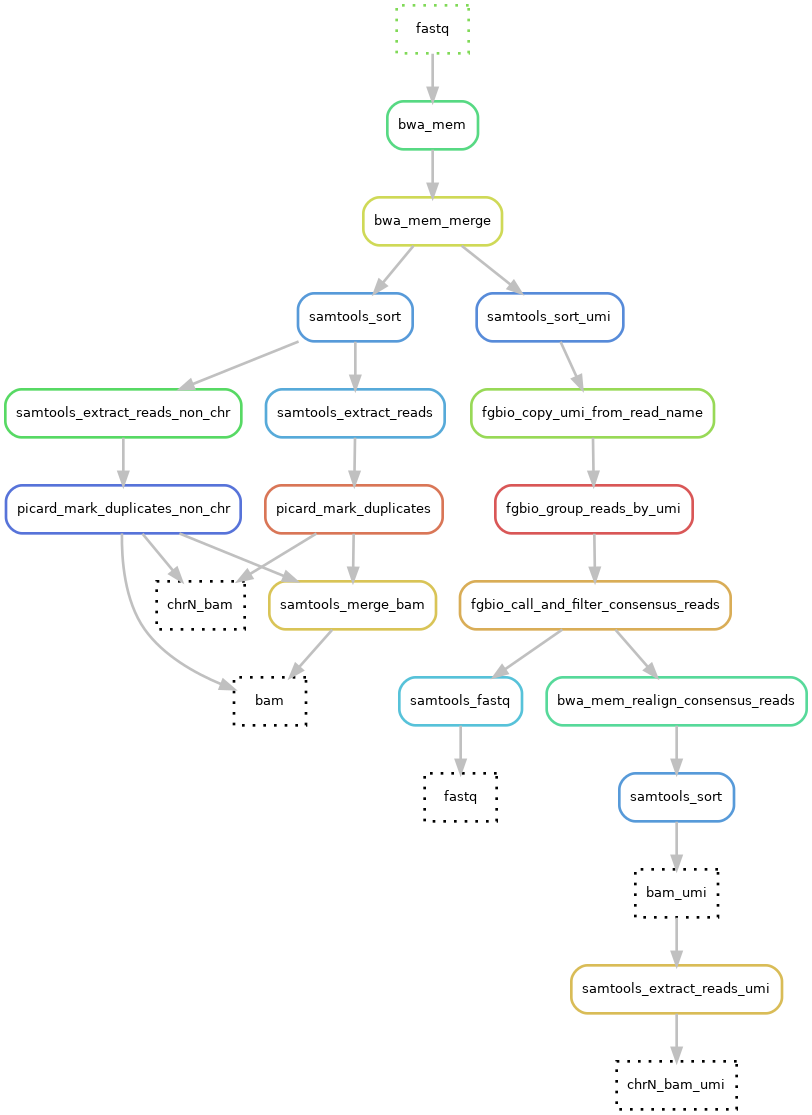
This is docs/images/alignment.dna.png from hydra-genetics/alignment, a Graphviz export, as it was before one commit. Its source is kept beside it as docs/images/alignment.dna.dot.
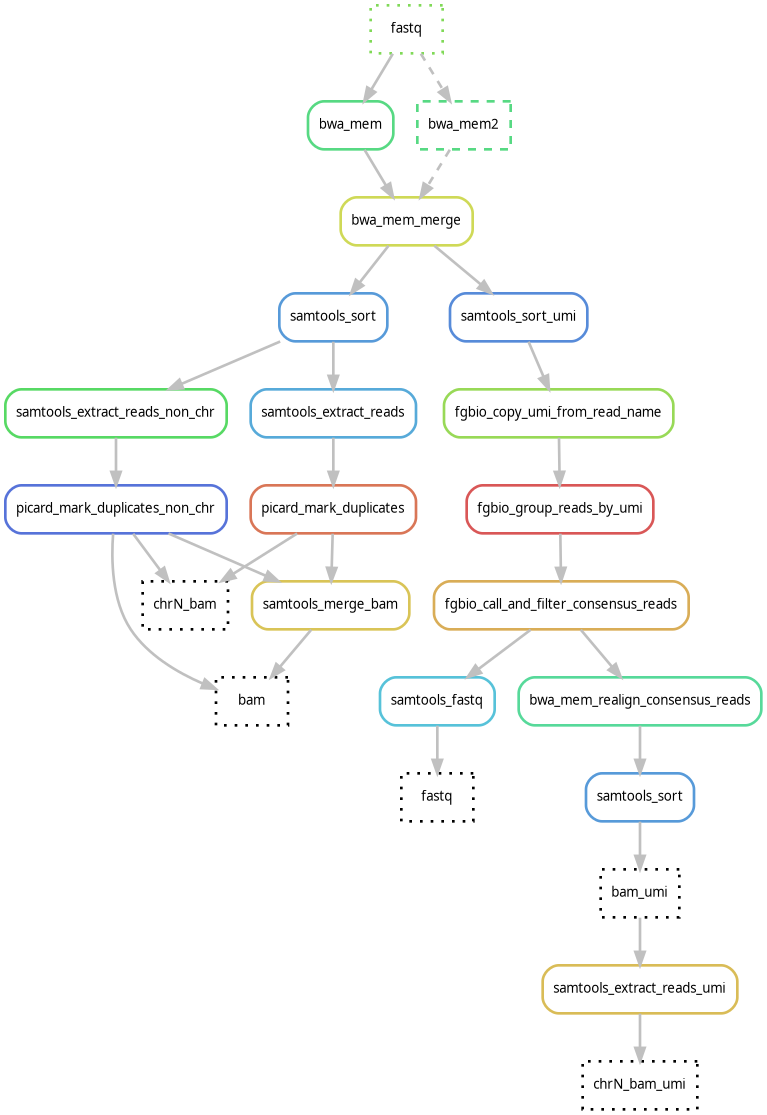
Above is the later version.

Change to the diagram source:
```diff
@@ -13,6 +13,7 @@
 	51[label = "samtools_extract_reads_umi", color = "0.13 0.6 0.85", style="rounded"];
 	5[label = "bwa_mem_merge", color = "0.18 0.6 0.85", style="rounded"];
 	6[label = "bwa_mem", color = "0.39 0.6 0.85", style="rounded"];
+	7[label = "bwa_mem2", color = "0.39 0.6 0.85", style="dashed"];
 	8[label = "picard_mark_duplicates_non_chr", color = "0.63 0.6 0.85", style="rounded"];
 	9[label = "samtools_extract_reads_non_chr", color = "0.35 0.6 0.85", style="rounded"];
 	10[label = "bwa_mem_realign_consensus_reads", color = "0.42 0.6 0.85", style="rounded"];
@@ -26,6 +27,7 @@
 	30[label = "chrN_bam", color = "0.0 0.0 0.0", style="dotted"];
 	31[label = "chrN_bam_umi", color = "0.0 0.0 0.0", style="dotted"];
 	0 -> 6
+	0 -> 7 [style="dashed"]
 	15 -> 61
 	5 -> 41
 	2 -> 20
@@ -38,6 +40,7 @@
 	4 -> 3
 	41 -> 4
 	6 -> 5
+	7 -> 5 [style="dashed"]
 	9 -> 8
 	41 -> 9
 	11 -> 10
```
